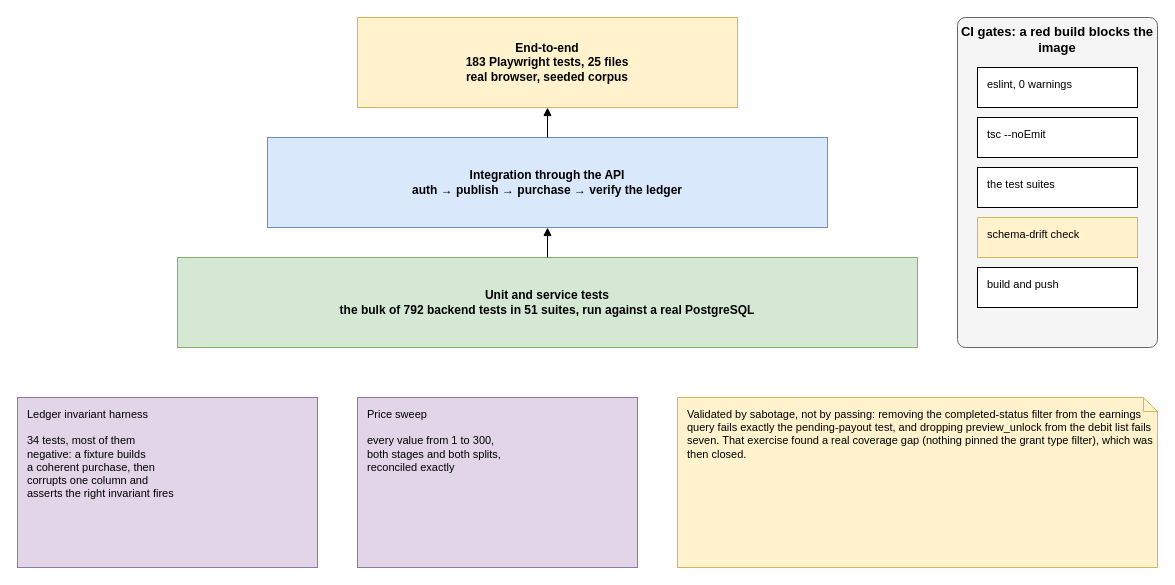
Earlier version of the draw.io diagram diagrams/fig-6-7-test-strategy/fig-6-7-test-strategy.drawio (inkwell-dev/spec.inkwell.ai). Source tidied: cells renumbered, new cells numbered last; positions are measured from the earlier drawing's top-left corner, leaving out a move shared by most shapes. Both pictures are drawn from the tidied source at 100%, with x=0, y=0 at pixel (17, 17).
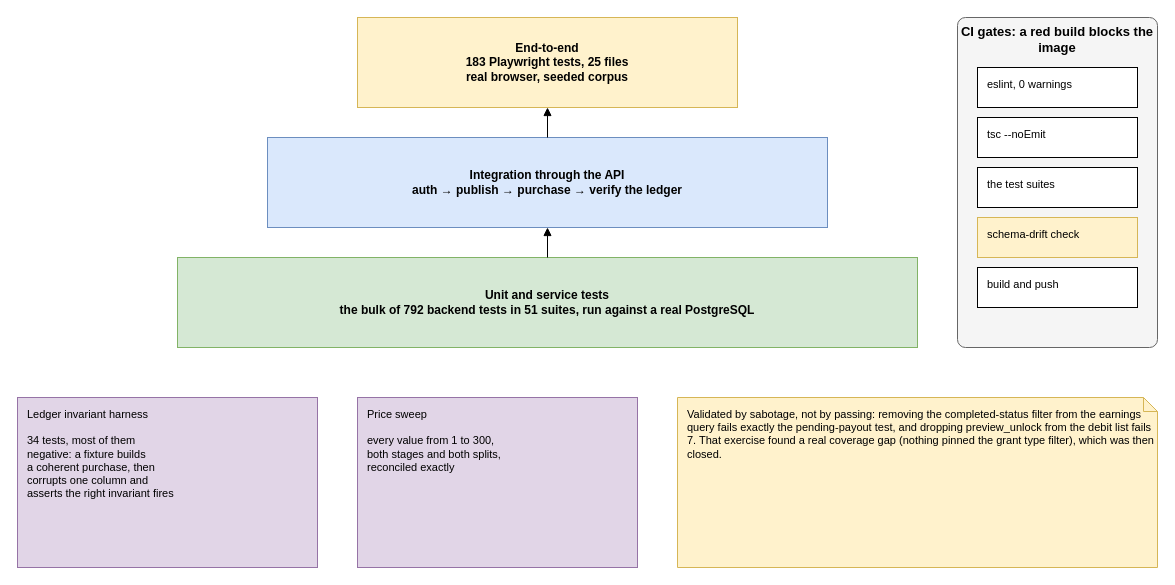
Above is the later version.

Diff of the diagram source:
```diff
@@
 <mxGraphModel>
   <root>
     <mxCell id="0" />
     <mxCell id="1" parent="0" />
     <mxCell id="2" value="End-to-end&lt;br&gt;183 Playwright tests, 25 files&lt;br&gt;real browser, seeded corpus" style="rounded=0;whiteSpace=wrap;html=1;fontStyle=1;fontSize=12;fillColor=#FFF2CC;strokeColor=#D6B656;" parent="1" vertex="1">
       <mxGeometry x="340" width="380" height="90" as="geometry" />
     </mxCell>
     <mxCell id="3" value="Integration through the API&lt;br&gt;auth → publish → purchase → verify the ledger" style="rounded=0;whiteSpace=wrap;html=1;fontStyle=1;fontSize=12;fillColor=#DAE8FC;strokeColor=#6C8EBF;" parent="1" vertex="1">
       <mxGeometry x="250" y="120" width="560" height="90" as="geometry" />
     </mxCell>
     <mxCell id="4" value="Unit and service tests&lt;br&gt;the bulk of 792 backend tests in 51 suites, run against a real PostgreSQL" style="rounded=0;whiteSpace=wrap;html=1;fontStyle=1;fontSize=12;fillColor=#D5E8D4;strokeColor=#82B366;" parent="1" vertex="1">
       <mxGeometry x="160" y="240" width="740" height="90" as="geometry" />
     </mxCell>
     <mxCell id="5" value="Ledger invariant harness&lt;br&gt;&lt;br&gt;34 tests, most of them&lt;br&gt;negative: a fixture builds&lt;br&gt;a coherent purchase, then&lt;br&gt;corrupts one column and&lt;br&gt;asserts the right invariant fires" style="rounded=0;whiteSpace=wrap;html=1;verticalAlign=top;align=left;spacingLeft=8;spacingTop=4;fontSize=11;fillColor=#E1D5E7;strokeColor=#9673A6;" parent="1" vertex="1">
       <mxGeometry y="380" width="300" height="170" as="geometry" />
     </mxCell>
     <mxCell id="6" value="Price sweep&lt;br&gt;&lt;br&gt;every value from 1 to 300,&lt;br&gt;both stages and both splits,&lt;br&gt;reconciled exactly" style="rounded=0;whiteSpace=wrap;html=1;verticalAlign=top;align=left;spacingLeft=8;spacingTop=4;fontSize=11;fillColor=#E1D5E7;strokeColor=#9673A6;" parent="1" vertex="1">
       <mxGeometry x="340" y="380" width="280" height="170" as="geometry" />
     </mxCell>
     <mxCell id="7" value="CI gates: a red build blocks the image" style="rounded=1;whiteSpace=wrap;html=1;verticalAlign=top;fontStyle=1;fontSize=13;arcSize=4;fillColor=#F5F5F5;strokeColor=#666666;" parent="1" vertex="1">
       <mxGeometry x="940" width="200" height="330" as="geometry" />
     </mxCell>
     <mxCell id="8" value="eslint, 0 warnings" style="rounded=0;whiteSpace=wrap;html=1;verticalAlign=top;align=left;spacingLeft=8;spacingTop=4;fontSize=11;fillColor=#FFFFFF;strokeColor=#000000;" parent="1" vertex="1">
       <mxGeometry x="960" y="50" width="160" height="40" as="geometry" />
     </mxCell>
     <mxCell id="9" value="tsc --noEmit" style="rounded=0;whiteSpace=wrap;html=1;verticalAlign=top;align=left;spacingLeft=8;spacingTop=4;fontSize=11;fillColor=#FFFFFF;strokeColor=#000000;" parent="1" vertex="1">
       <mxGeometry x="960" y="100" width="160" height="40" as="geometry" />
     </mxCell>
     <mxCell id="10" value="the test suites" style="rounded=0;whiteSpace=wrap;html=1;verticalAlign=top;align=left;spacingLeft=8;spacingTop=4;fontSize=11;fillColor=#FFFFFF;strokeColor=#000000;" parent="1" vertex="1">
       <mxGeometry x="960" y="150" width="160" height="40" as="geometry" />
     </mxCell>
     <mxCell id="11" value="schema-drift check" style="rounded=0;whiteSpace=wrap;html=1;verticalAlign=top;align=left;spacingLeft=8;spacingTop=4;fontSize=11;fillColor=#FFF2CC;strokeColor=#D6B656;" parent="1" vertex="1">
       <mxGeometry x="960" y="200" width="160" height="40" as="geometry" />
     </mxCell>
     <mxCell id="12" value="build and push" style="rounded=0;whiteSpace=wrap;html=1;verticalAlign=top;align=left;spacingLeft=8;spacingTop=4;fontSize=11;fillColor=#FFFFFF;strokeColor=#000000;" parent="1" vertex="1">
       <mxGeometry x="960" y="250" width="160" height="40" as="geometry" />
     </mxCell>
-    <mxCell id="13" value="Validated by sabotage, not by passing: removing the completed-status filter from the earnings query fails exactly the pending-payout test, and dropping preview_unlock from the debit list fails seven. That exercise found a real coverage gap (nothing pinned the grant type filter), which was then closed." style="shape=note;whiteSpace=wrap;html=1;size=14;fontSize=11;align=left;verticalAlign=top;spacingLeft=8;spacingTop=4;fillColor=#FFF2CC;strokeColor=#D6B656;" parent="1" vertex="1">
+    <mxCell id="13" value="Validated by sabotage, not by passing: removing the completed-status filter from the earnings query fails exactly the pending-payout test, and dropping preview_unlock from the debit list fails 7. That exercise found a real coverage gap (nothing pinned the grant type filter), which was then closed." style="shape=note;whiteSpace=wrap;html=1;size=14;fontSize=11;align=left;verticalAlign=top;spacingLeft=8;spacingTop=4;fillColor=#FFF2CC;strokeColor=#D6B656;" parent="1" vertex="1">
       <mxGeometry x="660" y="380" width="480" height="170" as="geometry" />
     </mxCell>
     <mxCell id="14" style="edgeStyle=orthogonalEdgeStyle;rounded=0;html=1;endArrow=block;endFill=1;fontSize=10;labelBackgroundColor=#FFFFFF;exitX=0.5;exitY=0;exitDx=0;exitDy=0;entryX=0.5;entryY=1;entryDx=0;entryDy=0;" parent="1" edge="1" source="4" target="3">
       <mxGeometry relative="1" as="geometry" />
     </mxCell>
     <mxCell id="15" style="edgeStyle=orthogonalEdgeStyle;rounded=0;html=1;endArrow=block;endFill=1;fontSize=10;labelBackgroundColor=#FFFFFF;exitX=0.5;exitY=0;exitDx=0;exitDy=0;entryX=0.5;entryY=1;entryDx=0;entryDy=0;" parent="1" edge="1" source="3" target="2">
       <mxGeometry relative="1" as="geometry" />
     </mxCell>
   </root>
 </mxGraphModel>
```
